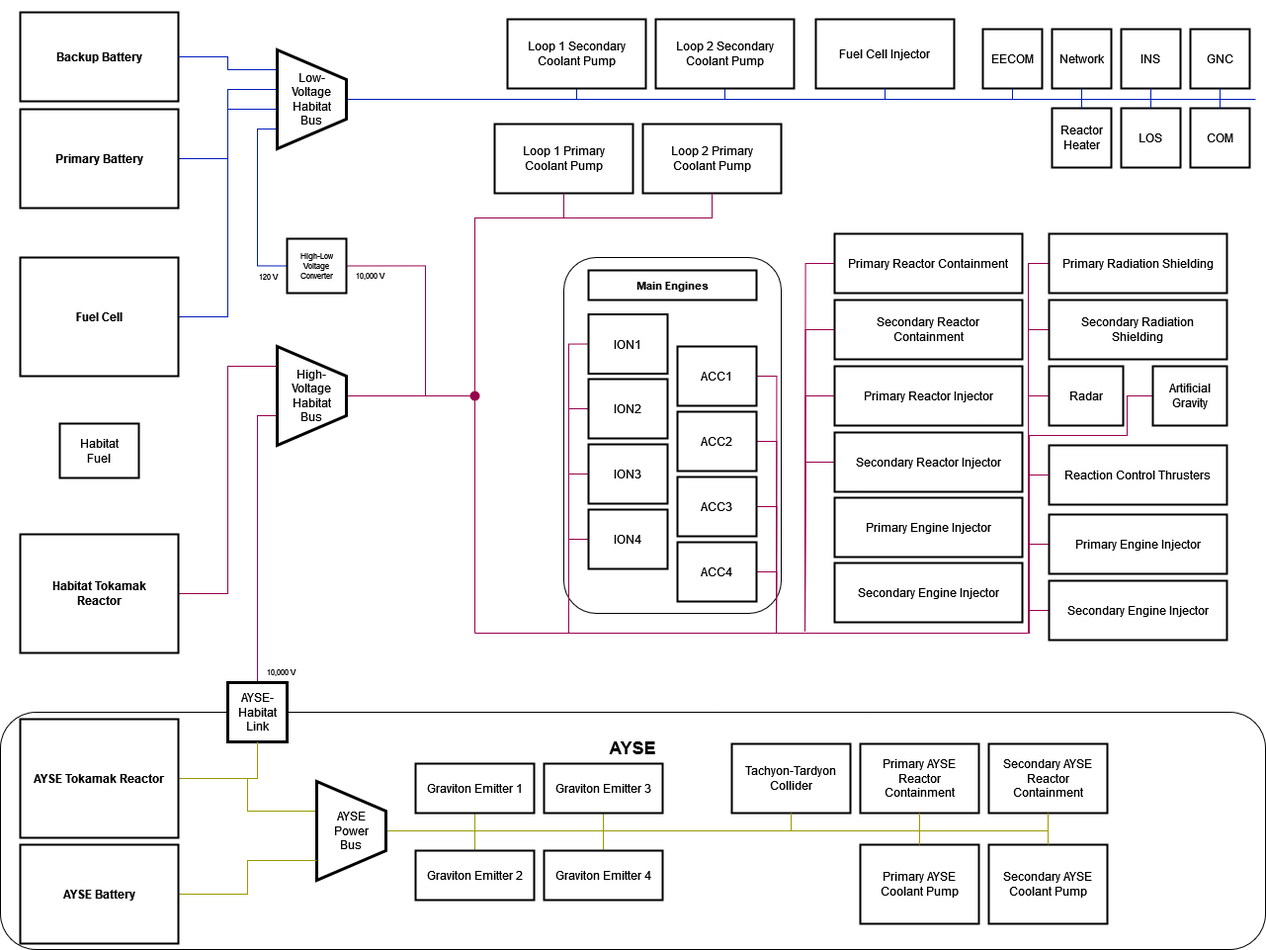
Before: data/engineering/orbitx-powergrid.drawio.png, a diagram exported from draw.io (OCESS/orbitx). Source tidied: cells renumbered, new cells last; positions are measured from the earlier drawing's top-left corner, leaving out a move shared by most shapes.
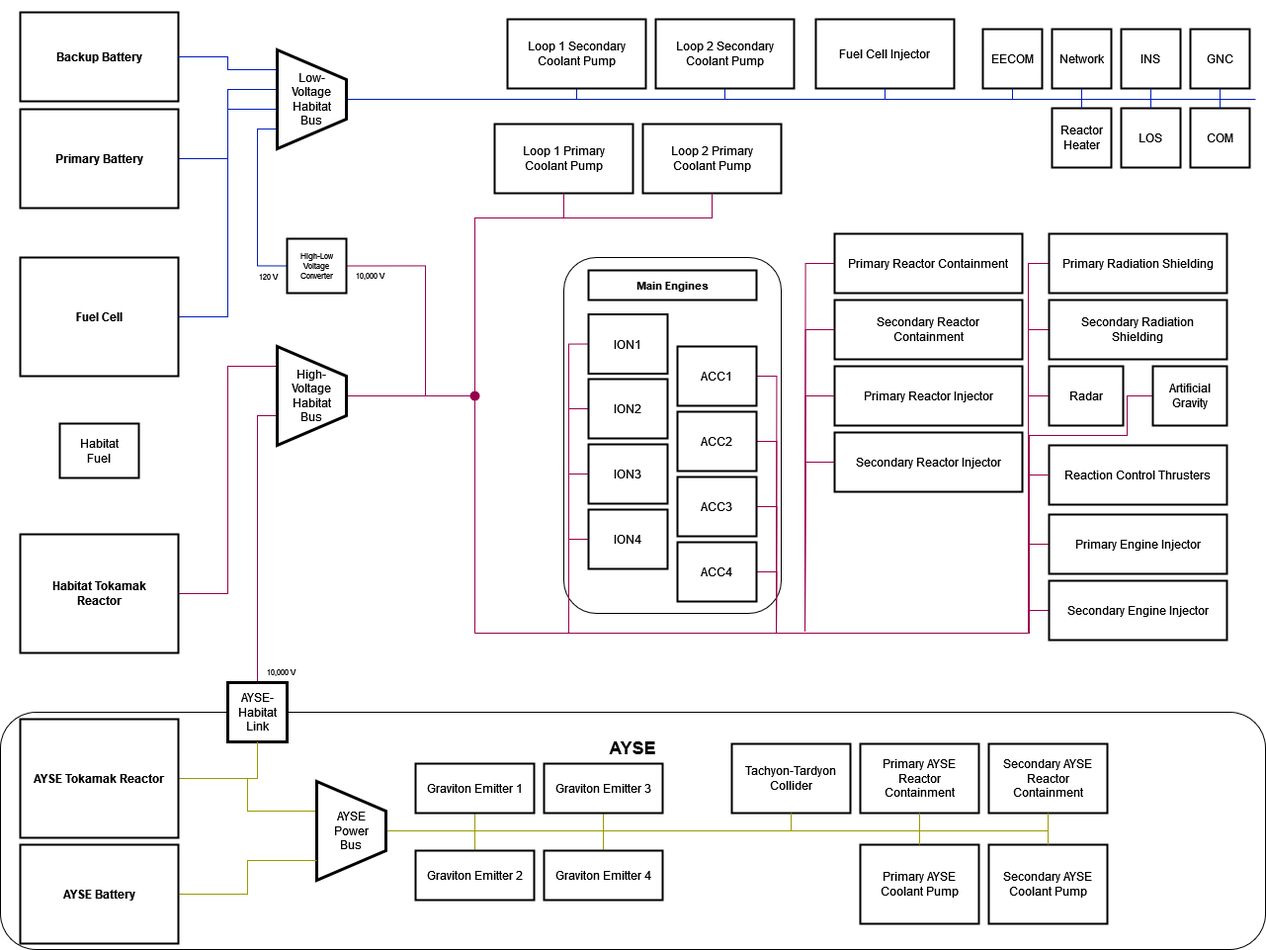
Above is the later version.

Commit message:
PNG: woops, accidentally duplicated engine injectors

Change to the diagram source:
```diff
@@ -463,12 +463,6 @@
         <mxPoint x="1234" y="100" as="targetPoint" />
       </mxGeometry>
     </mxCell>
-    <mxCell id="110" value="&lt;div&gt;Primary Engine Injector&lt;/div&gt;" style="rounded=0;whiteSpace=wrap;html=1;shadow=0;dashed=0;strokeColor=default;strokeWidth=2;fontFamily=Helvetica;fontSize=12;fontColor=default;fillColor=default;spacing=6;spacingLeft=4;spacingRight=4;" parent="1" vertex="1">
-      <mxGeometry x="844" y="503" width="190" height="60" as="geometry" />
-    </mxCell>
-    <mxCell id="111" value="Secondary Engine Injector" style="rounded=0;whiteSpace=wrap;html=1;shadow=0;dashed=0;strokeColor=default;strokeWidth=2;fontFamily=Helvetica;fontSize=12;fontColor=default;fillColor=default;spacing=6;spacingLeft=4;spacingRight=4;" parent="1" vertex="1">
-      <mxGeometry x="844" y="569" width="190" height="60" as="geometry" />
-    </mxCell>
     <mxCell id="112" value="Fuel Cell Injector" style="rounded=0;html=1;shadow=0;dashed=0;strokeColor=default;strokeWidth=2;fontFamily=Helvetica;fontSize=12;fontColor=default;fillColor=default;whiteSpace=wrap;spacing=6;spacingLeft=4;spacingRight=4;" parent="1" vertex="1">
       <mxGeometry x="825" y="19" width="140" height="70" as="geometry" />
     </mxCell>
```
